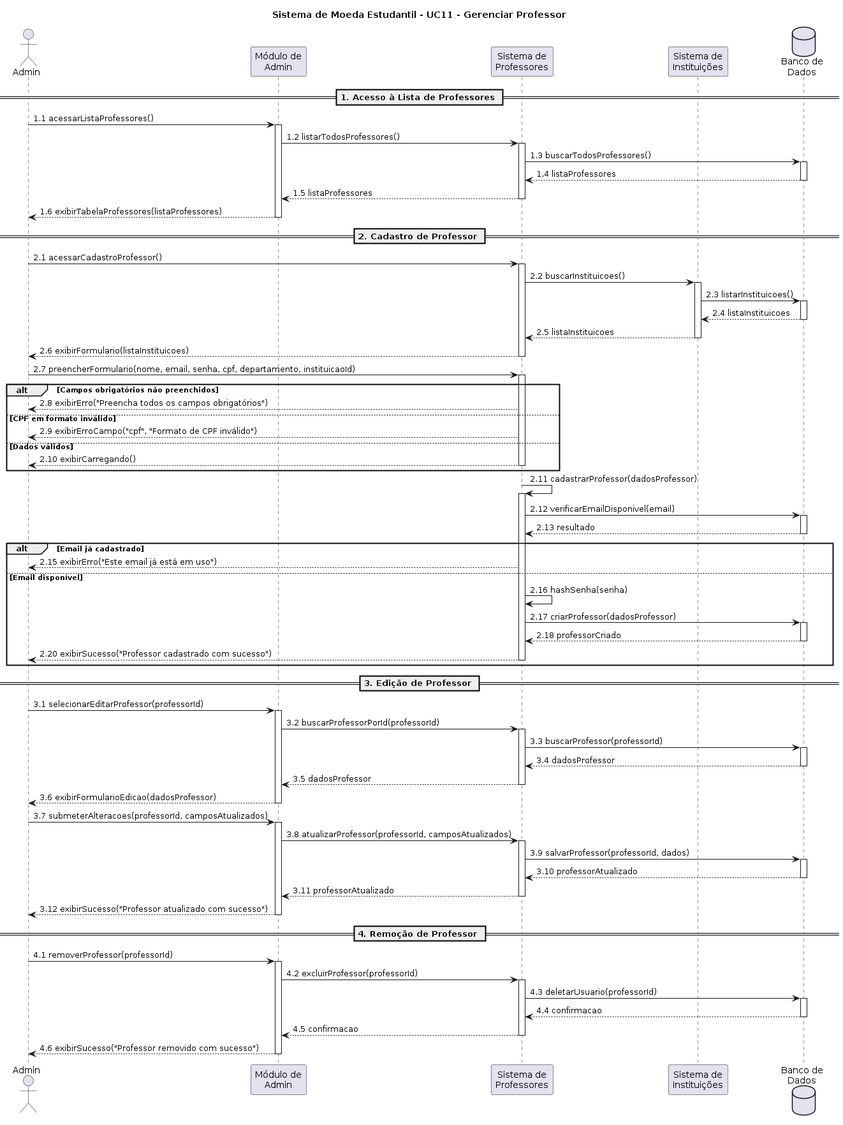
The PlantUML diagram docs/diagramas/Diagrama-de-sequencia/UC11/UC11-GerenciarProfessor.png in LauraPontara/lab-sistema-moeda-estudantil, before a commit. Its diagram source:
```plantuml
@startuml UC11-GerenciarProfessor
title Sistema de Moeda Estudantil - UC11 - Gerenciar Professor

actor "Admin" as ADM
participant "Módulo de\nAdmin" as MA
participant "Sistema de\nProfessores" as SP
participant "Sistema de\nInstituições" as SI
database "Banco de\nDados" as BD

== 1. Acesso à Lista de Professores ==

ADM -> MA: 1.1 acessarListaProfessores()
activate MA
MA -> SP: 1.2 listarTodosProfessores()
activate SP
SP -> BD: 1.3 buscarTodosProfessores()
activate BD
BD --> SP: 1.4 listaProfessores
deactivate BD
SP --> MA: 1.5 listaProfessores
deactivate SP
MA --> ADM: 1.6 exibirTabelaProfessores(listaProfessores)
deactivate MA

== 2. Cadastro de Professor ==

ADM -> SP: 2.1 acessarCadastroProfessor()
activate SP
SP -> SI: 2.2 buscarInstituicoes()
activate SI
SI -> BD: 2.3 listarInstituicoes()
activate BD
BD --> SI: 2.4 listaInstituicoes
deactivate BD
SI --> SP: 2.5 listaInstituicoes
deactivate SI
SP --> ADM: 2.6 exibirFormulario(listaInstituicoes)
deactivate SP

ADM -> SP: 2.7 preencherFormulario(nome, email, senha, cpf, departamento, instituicaoId)
activate SP

alt Campos obrigatórios não preenchidos
    SP --> ADM: 2.8 exibirErro("Preencha todos os campos obrigatórios")

else CPF em formato inválido
    SP --> ADM: 2.9 exibirErroCampo("cpf", "Formato de CPF inválido")

else Dados válidos
    SP --> ADM: 2.10 exibirCarregando()
    deactivate SP
end

SP -> SP: 2.11 cadastrarProfessor(dadosProfessor)
activate SP
SP -> BD: 2.12 verificarEmailDisponivel(email)
activate BD
BD --> SP: 2.13 resultado
deactivate BD

alt Email já cadastrado
    SP --> ADM: 2.15 exibirErro("Este email já está em uso")


else Email disponível
    SP -> SP: 2.16 hashSenha(senha)
    SP -> BD: 2.17 criarProfessor(dadosProfessor)
    activate BD
    BD --> SP: 2.18 professorCriado
    deactivate BD
    SP --> ADM: 2.20 exibirSucesso("Professor cadastrado com sucesso")
    deactivate SP

end

== 3. Edição de Professor ==

ADM -> MA: 3.1 selecionarEditarProfessor(professorId)
activate MA
MA -> SP: 3.2 buscarProfessorPorId(professorId)
activate SP
SP -> BD: 3.3 buscarProfessor(professorId)
activate BD
BD --> SP: 3.4 dadosProfessor
deactivate BD
SP --> MA: 3.5 dadosProfessor
deactivate SP
MA --> ADM: 3.6 exibirFormularioEdicao(dadosProfessor)
deactivate MA

ADM -> MA: 3.7 submeterAlteracoes(professorId, camposAtualizados)
activate MA
MA -> SP: 3.8 atualizarProfessor(professorId, camposAtualizados)
activate SP
SP -> BD: 3.9 salvarProfessor(professorId, dados)
activate BD
BD --> SP: 3.10 professorAtualizado
deactivate BD
SP --> MA: 3.11 professorAtualizado
deactivate SP
MA --> ADM: 3.12 exibirSucesso("Professor atualizado com sucesso")
deactivate MA

== 4. Remoção de Professor ==

ADM -> MA: 4.1 removerProfessor(professorId)
activate MA
MA -> SP: 4.2 excluirProfessor(professorId)
activate SP
SP -> BD: 4.3 deletarUsuario(professorId)
activate BD
BD --> SP: 4.4 confirmacao
deactivate BD
SP --> MA: 4.5 confirmacao
deactivate SP
MA --> ADM: 4.6 exibirSucesso("Professor removido com sucesso")
deactivate MA

@enduml
```
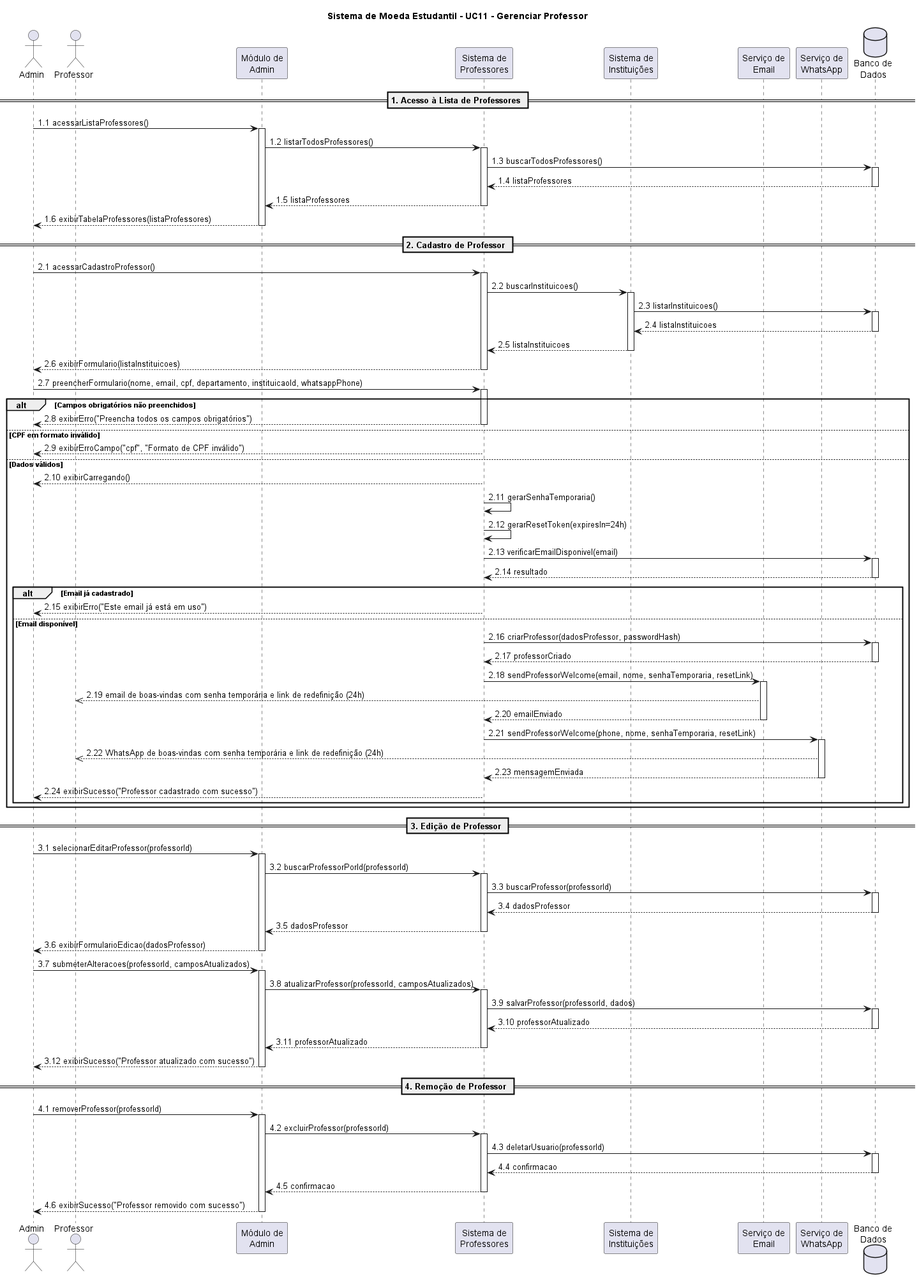
Above is the later version.

The edit, as a diff of the source:
```diff
@@ -2,9 +2,12 @@
 title Sistema de Moeda Estudantil - UC11 - Gerenciar Professor
 
 actor "Admin" as ADM
+actor "Professor" as PROF
 participant "Módulo de\nAdmin" as MA
 participant "Sistema de\nProfessores" as SP
 participant "Sistema de\nInstituições" as SI
+participant "Serviço de\nEmail" as SE
+participant "Serviço de\nWhatsApp" as WA
 database "Banco de\nDados" as BD
 
 == 1. Acesso à Lista de Professores ==
@@ -37,40 +40,48 @@
 SP --> ADM: 2.6 exibirFormulario(listaInstituicoes)
 deactivate SP
 
-ADM -> SP: 2.7 preencherFormulario(nome, email, senha, cpf, departamento, instituicaoId)
+ADM -> SP: 2.7 preencherFormulario(nome, email, cpf, departamento, instituicaoId, whatsappPhone)
 activate SP
 
 alt Campos obrigatórios não preenchidos
     SP --> ADM: 2.8 exibirErro("Preencha todos os campos obrigatórios")
+    deactivate SP
 
 else CPF em formato inválido
     SP --> ADM: 2.9 exibirErroCampo("cpf", "Formato de CPF inválido")
+    deactivate SP
 
 else Dados válidos
     SP --> ADM: 2.10 exibirCarregando()
-    deactivate SP
-end
+    SP -> SP: 2.11 gerarSenhaTemporaria()
+    SP -> SP: 2.12 gerarResetToken(expiresIn=24h)
+    SP -> BD: 2.13 verificarEmailDisponivel(email)
+    activate BD
+    BD --> SP: 2.14 resultado
+    deactivate BD
 
-SP -> SP: 2.11 cadastrarProfessor(dadosProfessor)
-activate SP
-SP -> BD: 2.12 verificarEmailDisponivel(email)
-activate BD
-BD --> SP: 2.13 resultado
-deactivate BD
+    alt Email já cadastrado
+        SP --> ADM: 2.15 exibirErro("Este email já está em uso")
+        deactivate SP
 
-alt Email já cadastrado
-    SP --> ADM: 2.15 exibirErro("Este email já está em uso")
-
-
-else Email disponível
-    SP -> SP: 2.16 hashSenha(senha)
-    SP -> BD: 2.17 criarProfessor(dadosProfessor)
-    activate BD
-    BD --> SP: 2.18 professorCriado
-    deactivate BD
-    SP --> ADM: 2.20 exibirSucesso("Professor cadastrado com sucesso")
-    deactivate SP
-
+    else Email disponível
+        SP -> BD: 2.16 criarProfessor(dadosProfessor, passwordHash)
+        activate BD
+        BD --> SP: 2.17 professorCriado
+        deactivate BD
+        SP -> SE: 2.18 sendProfessorWelcome(email, nome, senhaTemporaria, resetLink)
+        activate SE
+        SE -->> PROF: 2.19 email de boas-vindas com senha temporária e link de redefinição (24h)
+        SE --> SP: 2.20 emailEnviado
+        deactivate SE
+        SP -> WA: 2.21 sendProfessorWelcome(phone, nome, senhaTemporaria, resetLink)
+        activate WA
+        WA -->> PROF: 2.22 WhatsApp de boas-vindas com senha temporária e link de redefinição (24h)
+        WA --> SP: 2.23 mensagemEnviada
+        deactivate WA
+        SP --> ADM: 2.24 exibirSucesso("Professor cadastrado com sucesso")
+        deactivate SP
+    end
 end
 
 == 3. Edição de Professor ==
```
